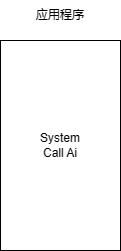
Earlier version of the draw.io export diagrams/未命名绘图.drawio.png (YuhangChan/Diagrams). Source tidied: cells renumbered, new cells last; positions are measured from the earlier drawing's top-left corner, leaving out a move shared by most shapes. The source it was exported from:
```xml
<mxGraphModel>
  <root>
    <mxCell id="0" />
    <mxCell id="1" parent="0" />
    <mxCell id="2" style="rounded=0;whiteSpace=wrap;html=1;" parent="1" vertex="1">
      <mxGeometry y="40" width="120" height="210" as="geometry" />
    </mxCell>
    <mxCell id="3" value="应用程序" style="text;html=1;strokeColor=none;fillColor=none;align=center;verticalAlign=middle;whiteSpace=wrap;rounded=0;" parent="1" vertex="1">
      <mxGeometry x="30" width="60" height="30" as="geometry" />
    </mxCell>
    <mxCell id="4" value="System Call Ai" style="text;html=1;strokeColor=none;fillColor=none;align=center;verticalAlign=middle;whiteSpace=wrap;rounded=0;" parent="1" vertex="1">
      <mxGeometry x="30" y="130" width="60" height="30" as="geometry" />
    </mxCell>
  </root>
</mxGraphModel>
```
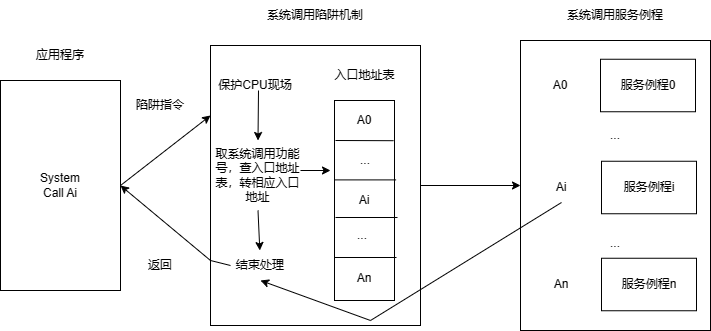
The same diagram one commit later.

The edit, as a diff of the source:
```diff
@@ -11,5 +11,141 @@
     <mxCell id="4" value="System Call Ai" style="text;html=1;strokeColor=none;fillColor=none;align=center;verticalAlign=middle;whiteSpace=wrap;rounded=0;" parent="1" vertex="1">
       <mxGeometry x="30" y="130" width="60" height="30" as="geometry" />
     </mxCell>
+    <mxCell id="5" style="rounded=0;whiteSpace=wrap;html=1;" parent="1" vertex="1">
+      <mxGeometry x="210" y="5" width="210" height="280" as="geometry" />
+    </mxCell>
+    <mxCell id="6" value="系统调用陷阱机制" style="text;html=1;strokeColor=none;fillColor=none;align=center;verticalAlign=middle;whiteSpace=wrap;rounded=0;" parent="1" vertex="1">
+      <mxGeometry x="235" y="-40" width="160" height="30" as="geometry" />
+    </mxCell>
+    <mxCell id="7" value="保护CPU现场" style="text;html=1;strokeColor=none;fillColor=none;align=center;verticalAlign=middle;whiteSpace=wrap;rounded=0;" parent="1" vertex="1">
+      <mxGeometry x="210" y="30" width="90" height="30" as="geometry" />
+    </mxCell>
+    <mxCell id="8" value="取系统调用功能号，查入口地址表，转相应入口地址" style="text;html=1;strokeColor=none;fillColor=none;align=center;verticalAlign=middle;whiteSpace=wrap;rounded=0;" parent="1" vertex="1">
+      <mxGeometry x="210" y="100" width="95" height="70" as="geometry" />
+    </mxCell>
+    <mxCell id="9" value="结束处理" style="text;html=1;strokeColor=none;fillColor=none;align=center;verticalAlign=middle;whiteSpace=wrap;rounded=0;" parent="1" vertex="1">
+      <mxGeometry x="210" y="210" width="100" height="30" as="geometry" />
+    </mxCell>
+    <mxCell id="10" style="endArrow=classic;html=1;rounded=0;entryX=0.5;entryY=0;entryDx=0;entryDy=0;" parent="1" edge="1" target="8">
+      <mxGeometry relative="1" as="geometry">
+        <mxPoint x="258" y="50" as="sourcePoint" />
+      </mxGeometry>
+    </mxCell>
+    <mxCell id="11" style="endArrow=classic;html=1;rounded=0;exitX=0.5;exitY=1;exitDx=0;exitDy=0;" parent="1" edge="1" source="8" target="9">
+      <mxGeometry relative="1" as="geometry" />
+    </mxCell>
+    <mxCell id="12" style="rounded=0;whiteSpace=wrap;html=1;" parent="1" vertex="1">
+      <mxGeometry x="334" y="60" width="60" height="200" as="geometry" />
+    </mxCell>
+    <mxCell id="13" value="入口地址表" style="text;html=1;strokeColor=none;fillColor=none;align=center;verticalAlign=middle;whiteSpace=wrap;rounded=0;" parent="1" vertex="1">
+      <mxGeometry x="331.5" y="20" width="65" height="30" as="geometry" />
+    </mxCell>
+    <mxCell id="14" style="endArrow=none;html=1;rounded=0;entryX=1.067;entryY=0.201;entryDx=0;entryDy=0;entryPerimeter=0;exitX=0.1;exitY=0.2;exitDx=0;exitDy=0;exitPerimeter=0;" parent="1" edge="1">
+      <mxGeometry relative="1" as="geometry">
+        <mxPoint x="335" y="100" as="sourcePoint" />
+        <mxPoint x="393" y="100.2" as="targetPoint" />
+      </mxGeometry>
+    </mxCell>
+    <mxCell id="15" style="endArrow=none;html=1;rounded=0;entryX=1.027;entryY=0.397;entryDx=0;entryDy=0;entryPerimeter=0;exitX=0;exitY=0.397;exitDx=0;exitDy=0;exitPerimeter=0;" parent="1" edge="1" source="12" target="12">
+      <mxGeometry relative="1" as="geometry" />
+    </mxCell>
+    <mxCell id="16" style="endArrow=none;html=1;rounded=0;entryX=1.027;entryY=0.397;entryDx=0;entryDy=0;entryPerimeter=0;exitX=0;exitY=0.397;exitDx=0;exitDy=0;exitPerimeter=0;" parent="1" edge="1">
+      <mxGeometry relative="1" as="geometry">
+        <mxPoint x="335" y="177" as="sourcePoint" />
+        <mxPoint x="397" y="177" as="targetPoint" />
+      </mxGeometry>
+    </mxCell>
+    <mxCell id="17" style="endArrow=none;html=1;rounded=0;entryX=1.027;entryY=0.397;entryDx=0;entryDy=0;entryPerimeter=0;exitX=0;exitY=0.397;exitDx=0;exitDy=0;exitPerimeter=0;" parent="1" edge="1">
+      <mxGeometry relative="1" as="geometry">
+        <mxPoint x="334" y="217" as="sourcePoint" />
+        <mxPoint x="396" y="217" as="targetPoint" />
+      </mxGeometry>
+    </mxCell>
+    <mxCell id="18" value="A0" style="text;html=1;strokeColor=none;fillColor=none;align=center;verticalAlign=middle;whiteSpace=wrap;rounded=0;" parent="1" vertex="1">
+      <mxGeometry x="334" y="65" width="60" height="30" as="geometry" />
+    </mxCell>
+    <mxCell id="19" value="..." style="text;html=1;strokeColor=none;fillColor=none;align=center;verticalAlign=middle;whiteSpace=wrap;rounded=0;" parent="1" vertex="1">
+      <mxGeometry x="335" y="105" width="60" height="30" as="geometry" />
+    </mxCell>
+    <mxCell id="20" value="..." style="text;html=1;strokeColor=none;fillColor=none;align=center;verticalAlign=middle;whiteSpace=wrap;rounded=0;" parent="1" vertex="1">
+      <mxGeometry x="331.5" y="180" width="60" height="30" as="geometry" />
+    </mxCell>
+    <mxCell id="21" value="Ai" style="text;html=1;strokeColor=none;fillColor=none;align=center;verticalAlign=middle;whiteSpace=wrap;rounded=0;" parent="1" vertex="1">
+      <mxGeometry x="334" y="145" width="60" height="30" as="geometry" />
+    </mxCell>
+    <mxCell id="22" value="An" style="text;html=1;strokeColor=none;fillColor=none;align=center;verticalAlign=middle;whiteSpace=wrap;rounded=0;" parent="1" vertex="1">
+      <mxGeometry x="334" y="223" width="60" height="30" as="geometry" />
+    </mxCell>
+    <mxCell id="23" style="endArrow=classic;html=1;rounded=0;" parent="1" edge="1">
+      <mxGeometry relative="1" as="geometry">
+        <mxPoint x="300" y="130" as="sourcePoint" />
+        <mxPoint x="330" y="130" as="targetPoint" />
+      </mxGeometry>
+    </mxCell>
+    <mxCell id="24" style="endArrow=classic;html=1;rounded=0;exitX=1;exitY=0.5;exitDx=0;exitDy=0;entryX=0;entryY=0.25;entryDx=0;entryDy=0;" parent="1" edge="1" source="2" target="5">
+      <mxGeometry relative="1" as="geometry" />
+    </mxCell>
+    <mxCell id="25" style="endArrow=classic;html=1;rounded=0;exitX=0.2;exitY=0.5;exitDx=0;exitDy=0;entryX=1;entryY=0.5;entryDx=0;entryDy=0;exitPerimeter=0;" parent="1" edge="1" source="9" target="2">
+      <mxGeometry relative="1" as="geometry">
+        <Array as="points">
+          <mxPoint x="210" y="220" />
+        </Array>
+      </mxGeometry>
+    </mxCell>
+    <mxCell id="26" value="陷阱指令" style="text;html=1;strokeColor=none;fillColor=none;align=center;verticalAlign=middle;whiteSpace=wrap;rounded=0;" parent="1" vertex="1">
+      <mxGeometry x="130" y="50" width="60" height="30" as="geometry" />
+    </mxCell>
+    <mxCell id="27" value="返回" style="text;html=1;strokeColor=none;fillColor=none;align=center;verticalAlign=middle;whiteSpace=wrap;rounded=0;" parent="1" vertex="1">
+      <mxGeometry x="130" y="210" width="60" height="30" as="geometry" />
+    </mxCell>
+    <mxCell id="28" style="rounded=0;whiteSpace=wrap;html=1;" parent="1" vertex="1">
+      <mxGeometry x="520" width="190" height="290" as="geometry" />
+    </mxCell>
+    <mxCell id="29" value="A0" style="text;html=1;strokeColor=none;fillColor=none;align=center;verticalAlign=middle;whiteSpace=wrap;rounded=0;" parent="1" vertex="1">
+      <mxGeometry x="530" y="30" width="60" height="30" as="geometry" />
+    </mxCell>
+    <mxCell id="30" style="rounded=0;whiteSpace=wrap;html=1;" parent="1" vertex="1">
+      <mxGeometry x="600" y="18.8" width="95" height="52.5" as="geometry" />
+    </mxCell>
+    <mxCell id="31" value="服务例程0" style="text;html=1;strokeColor=none;fillColor=none;align=center;verticalAlign=middle;whiteSpace=wrap;rounded=0;" parent="1" vertex="1">
+      <mxGeometry x="607.5" y="30" width="80" height="30" as="geometry" />
+    </mxCell>
+    <mxCell id="32" value="Ai" style="text;html=1;strokeColor=none;fillColor=none;align=center;verticalAlign=middle;whiteSpace=wrap;rounded=0;" parent="1" vertex="1">
+      <mxGeometry x="531" y="132" width="60" height="30" as="geometry" />
+    </mxCell>
+    <mxCell id="33" style="rounded=0;whiteSpace=wrap;html=1;" parent="1" vertex="1">
+      <mxGeometry x="601" y="120.8" width="95" height="52.5" as="geometry" />
+    </mxCell>
+    <mxCell id="34" value="服务例程i" style="text;html=1;strokeColor=none;fillColor=none;align=center;verticalAlign=middle;whiteSpace=wrap;rounded=0;" parent="1" vertex="1">
+      <mxGeometry x="608.5" y="132" width="80" height="30" as="geometry" />
+    </mxCell>
+    <mxCell id="35" value="An" style="text;html=1;strokeColor=none;fillColor=none;align=center;verticalAlign=middle;whiteSpace=wrap;rounded=0;" parent="1" vertex="1">
+      <mxGeometry x="531" y="229" width="60" height="30" as="geometry" />
+    </mxCell>
+    <mxCell id="36" style="rounded=0;whiteSpace=wrap;html=1;" parent="1" vertex="1">
+      <mxGeometry x="601" y="217.8" width="95" height="52.5" as="geometry" />
+    </mxCell>
+    <mxCell id="37" value="服务例程n" style="text;html=1;strokeColor=none;fillColor=none;align=center;verticalAlign=middle;whiteSpace=wrap;rounded=0;" parent="1" vertex="1">
+      <mxGeometry x="608.5" y="229" width="80" height="30" as="geometry" />
+    </mxCell>
+    <mxCell id="38" value="..." style="text;html=1;strokeColor=none;fillColor=none;align=center;verticalAlign=middle;whiteSpace=wrap;rounded=0;" parent="1" vertex="1">
+      <mxGeometry x="585" y="80" width="60" height="30" as="geometry" />
+    </mxCell>
+    <mxCell id="39" value="..." style="text;html=1;strokeColor=none;fillColor=none;align=center;verticalAlign=middle;whiteSpace=wrap;rounded=0;" parent="1" vertex="1">
+      <mxGeometry x="585" y="187.8" width="60" height="30" as="geometry" />
+    </mxCell>
+    <mxCell id="40" style="endArrow=classic;html=1;rounded=0;entryX=0;entryY=0.5;entryDx=0;entryDy=0;exitX=1;exitY=0.5;exitDx=0;exitDy=0;" parent="1" edge="1" source="5" target="28">
+      <mxGeometry relative="1" as="geometry" />
+    </mxCell>
+    <mxCell id="41" style="endArrow=classic;html=1;rounded=0;entryX=0.5;entryY=1;entryDx=0;entryDy=0;exitX=0.5;exitY=1;exitDx=0;exitDy=0;" parent="1" edge="1" source="32" target="9">
+      <mxGeometry relative="1" as="geometry">
+        <Array as="points">
+          <mxPoint x="370" y="280" />
+        </Array>
+      </mxGeometry>
+    </mxCell>
+    <mxCell id="42" value="系统调用服务例程" style="text;html=1;strokeColor=none;fillColor=none;align=center;verticalAlign=middle;whiteSpace=wrap;rounded=0;" parent="1" vertex="1">
+      <mxGeometry x="555" y="-40" width="120" height="30" as="geometry" />
+    </mxCell>
   </root>
 </mxGraphModel>
```
